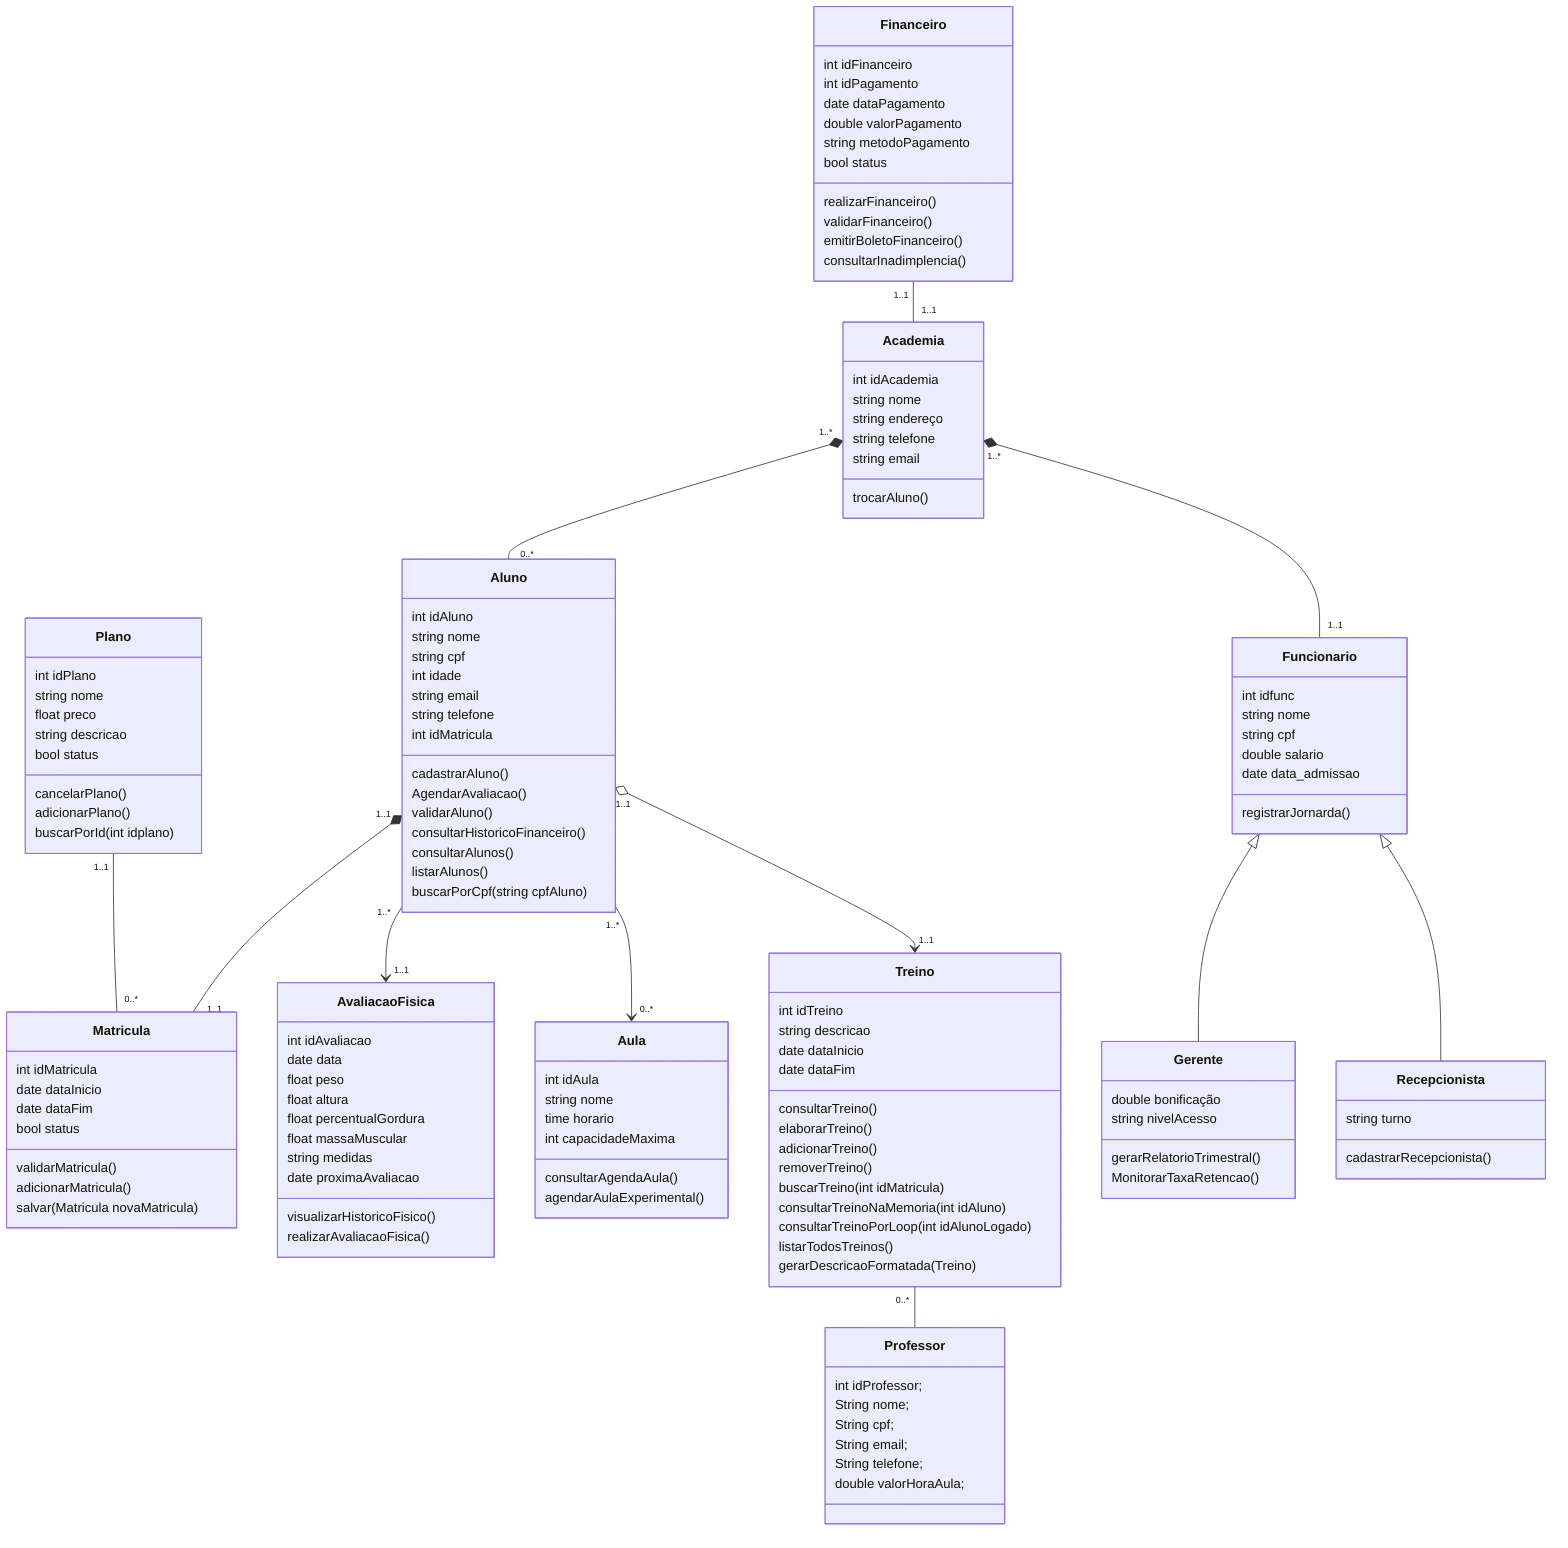
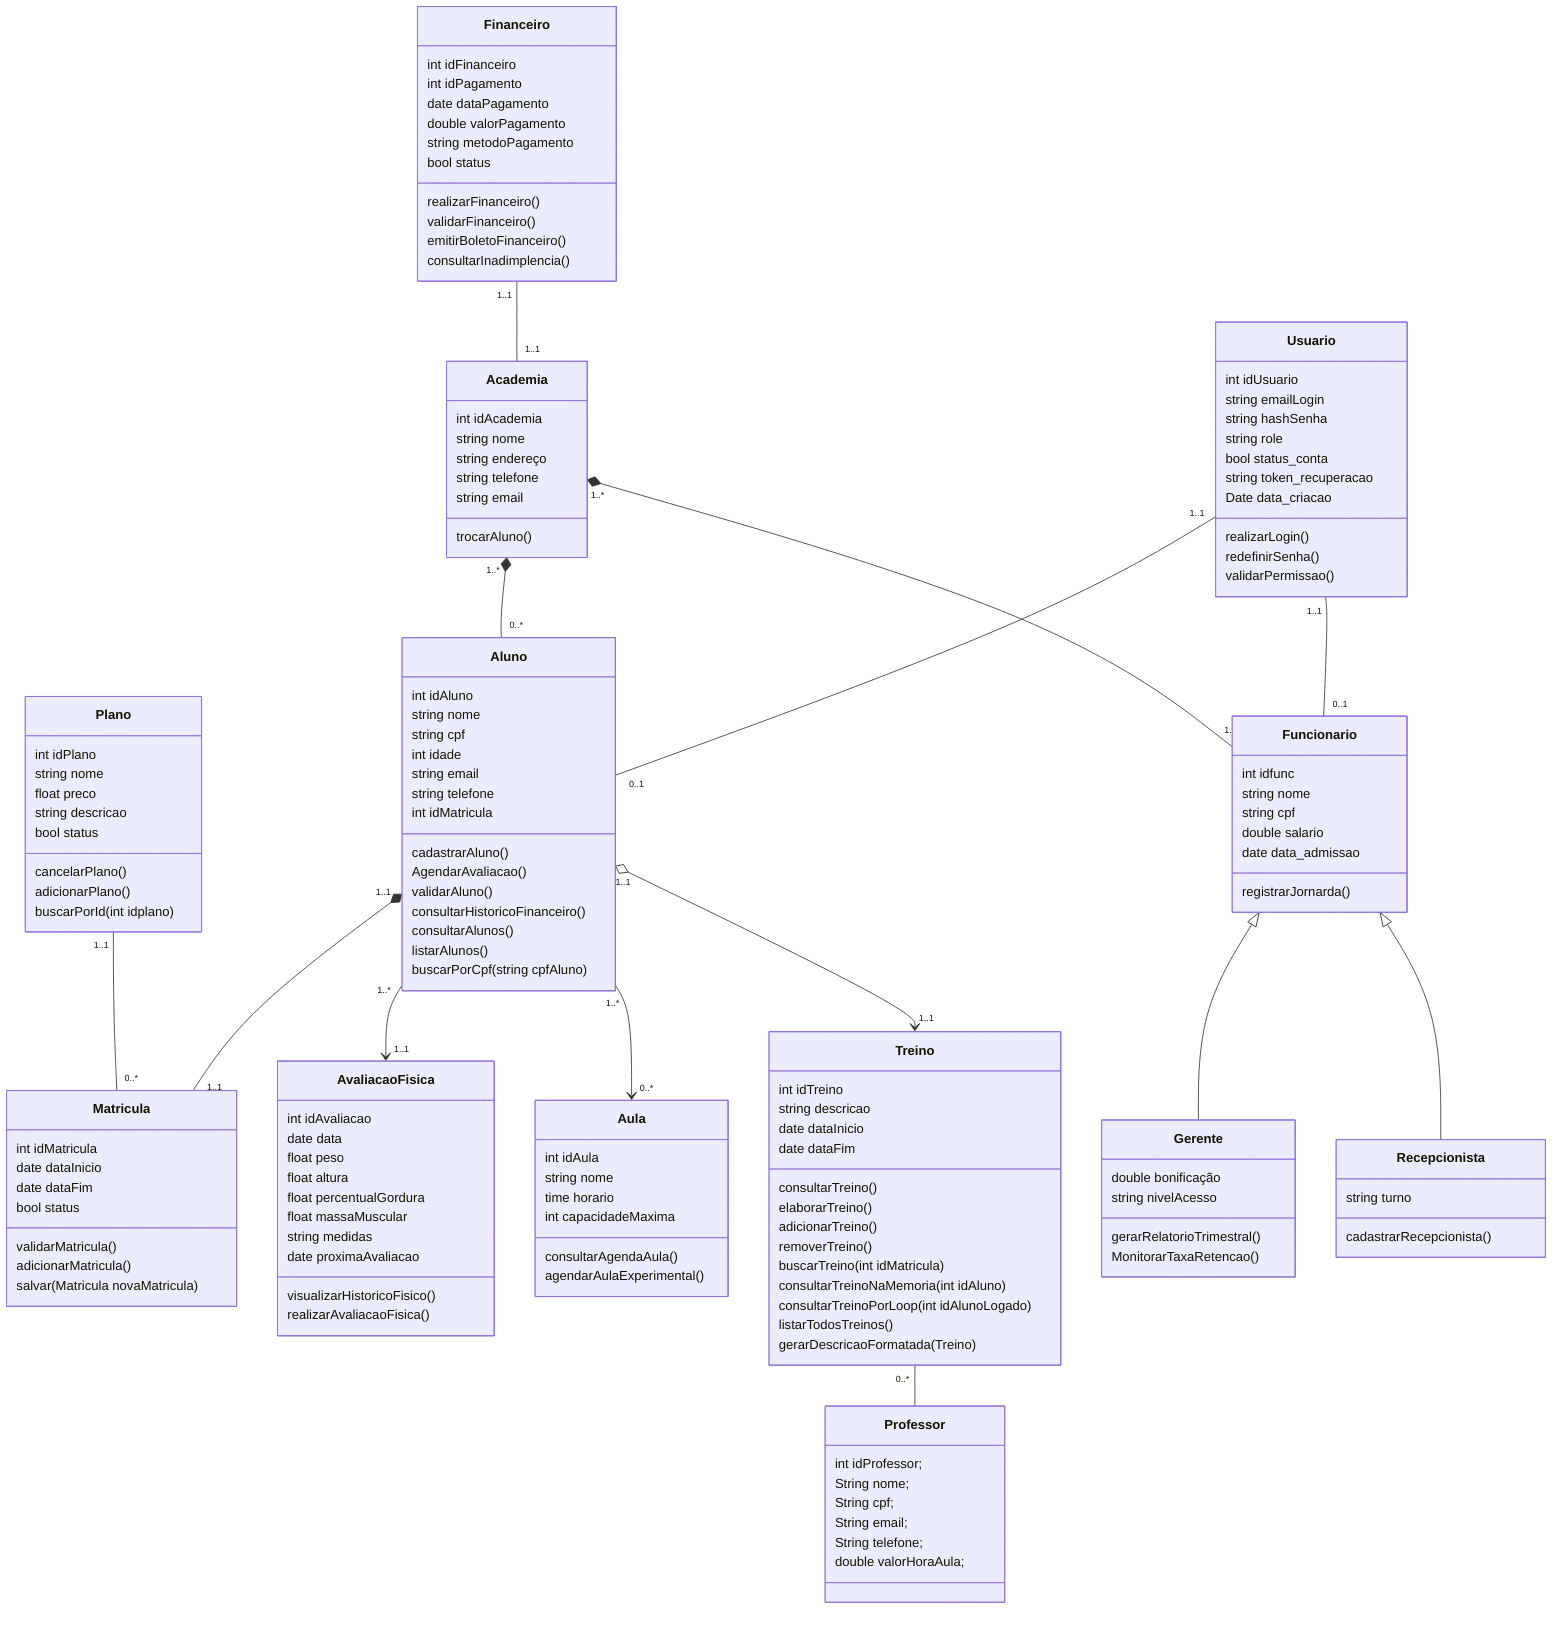
classDiagram
    class Plano {
        int idPlano
        string nome
        float preco
        string descricao
        bool status
        cancelarPlano()
        adicionarPlano()
        buscarPorId(int idplano)
    }

    class Matricula {
        int idMatricula
        date dataInicio
        date dataFim
        bool status
        validarMatricula()
        adicionarMatricula()
        salvar(Matricula novaMatricula)
    }

    class Financeiro {
        int idFinanceiro
        int idPagamento
        date dataPagamento
        double valorPagamento
        string metodoPagamento
        bool status
        realizarFinanceiro()
        validarFinanceiro()
        emitirBoletoFinanceiro()
        consultarInadimplencia()
    }

    class AvaliacaoFisica {
        int idAvaliacao
        date data
        float peso
        float altura
        float percentualGordura
        float massaMuscular
        string medidas
        date proximaAvaliacao
        visualizarHistoricoFisico()
        realizarAvaliacaoFisica()
    }

    class Aluno {
        int idAluno
        string nome
        string cpf
        int idade
        string email
        string telefone
        int idMatricula
        cadastrarAluno()
        AgendarAvaliacao()
        validarAluno()
        consultarHistoricoFinanceiro()
        consultarAlunos()
        listarAlunos()
        buscarPorCpf(string cpfAluno)
    }

    class Aula {
        int idAula
        string nome
        time horario
        int capacidadeMaxima
        consultarAgendaAula()
        agendarAulaExperimental()
    }

    class Treino {
        int idTreino
        string descricao
        date dataInicio
        date dataFim
        consultarTreino()
        elaborarTreino()
        adicionarTreino()
        removerTreino()
        buscarTreino(int idMatricula)
        consultarTreinoNaMemoria(int idAluno)
        consultarTreinoPorLoop(int idAlunoLogado)
        listarTodosTreinos()
        gerarDescricaoFormatada(Treino)
    }

    class Professor {
        int idProfessor;
        String nome;
        String cpf;
        String email;
        String telefone;
        double valorHoraAula;
    }

    class Academia {
        int idAcademia
        string nome
        string endereço
        string telefone
        string email
        trocarAluno()
    }

    class Funcionario {
        int idfunc
        string nome
        string cpf
        double salario
        date data_admissao
        registrarJornarda()
    }

    class Gerente {
        double bonificação
        string nivelAcesso
        gerarRelatorioTrimestral()
        MonitorarTaxaRetencao()
    }

    class Recepcionista {
        string turno
        cadastrarRecepcionista()
    }

+     class Usuario {
+         int idUsuario
+         string emailLogin
+         string hashSenha
+         string role
+         bool status_conta
+         string token_recuperacao
+         Date data_criacao
+         realizarLogin()
+         redefinirSenha()
+         validarPermissao()
+     }
+ 
    %% Relacionamentos
    Plano "1..1" -- "0..*" Matricula
    Aluno "1..1" *-- "1..1" Matricula
    Financeiro "1..1" -- "1..1" Academia
    Academia "1..*" *-- "0..*" Aluno
    Academia "1..*" *-- "1..1" Funcionario
    Aluno "1..1" o--> "1..1" Treino
    Aluno "1..*" --> "0..*" Aula
    Aluno "1..*" --> "1..1" AvaliacaoFisica
    Treino "0..*" -- Professor

+     Usuario "1..1" -- "0..1" Aluno
+     Usuario "1..1" -- "0..1" Funcionario
+ 
    %% Herança
    Funcionario <|-- Gerente
    Funcionario <|-- Recepcionista